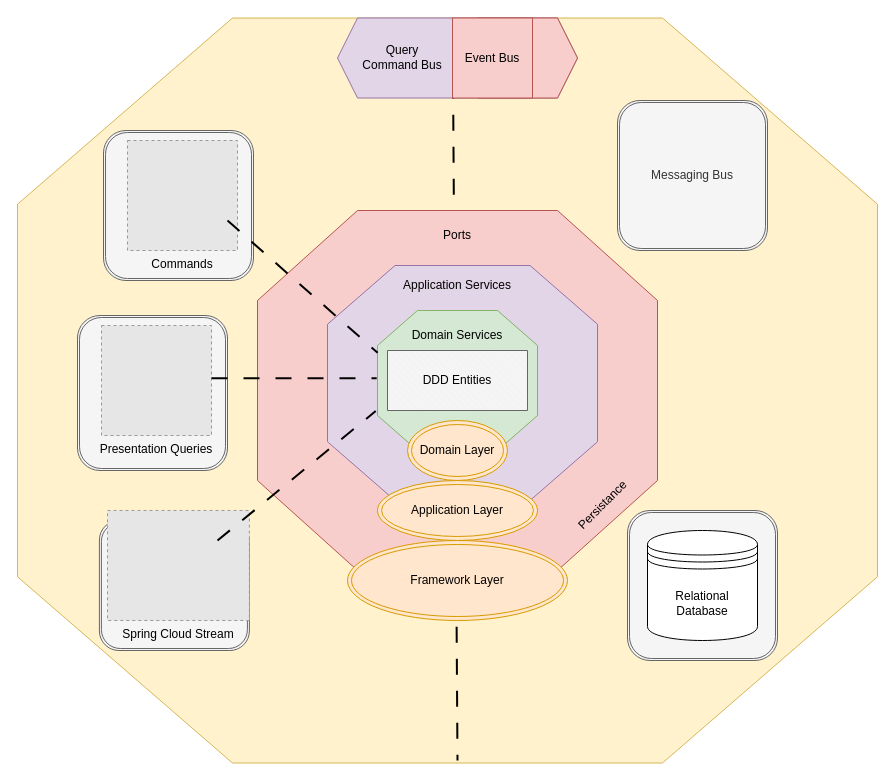
Above: page "Backend-Archticture" (2 of 3) of docs/System-Architecture.drawio in jasonhall0081/company-management (draw.io), before the change. Source tidied: cells renumbered, new cells numbered last; positions are measured from the earlier drawing's top-left corner, leaving out a move shared by most shapes. Both pictures are drawn from the tidied source at 100%, with x=0, y=0 at pixel (17, 18). Pictures stored in the file or linked from it are replaced by grey dashed boxes.
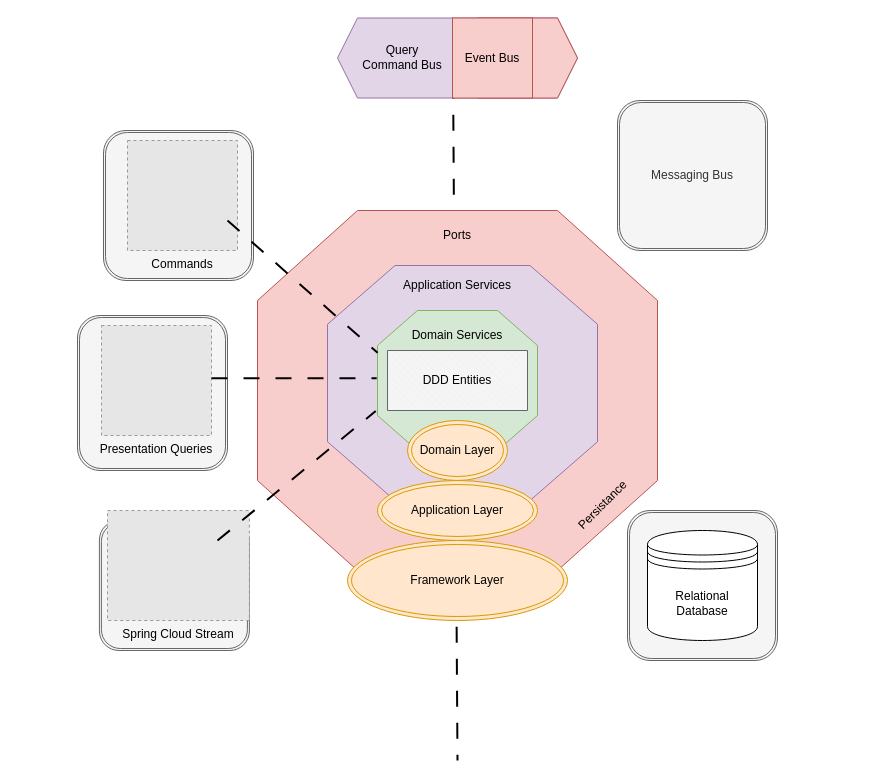
The same diagram, later.

Change to the diagram source:
```diff
@@
-    <mxCell id="2" style="verticalLabelPosition=bottom;verticalAlign=top;html=1;shape=mxgraph.basic.polygon;polyCoords=[[0.25,0],[0.75,0],[1,0.25],[1,0.75],[0.75,1],[0.25,1],[0,0.75],[0,0.25]];polyline=0;fillColor=#fff2cc;strokeColor=#d6b656;" parent="1" vertex="1">
-      <mxGeometry y="-0.5" width="860" height="745" as="geometry" />
-    </mxCell>
@@
-    <mxCell id="9" style="endArrow=none;html=1;rounded=0;strokeColor=#000000;strokeWidth=2;fontColor=#000000;dashed=1;dashPattern=8 8;exitX=0.506;exitY=0.001;exitDx=0;exitDy=0;exitPerimeter=0;" parent="1" edge="1" source="2">
+    <mxCell id="9" style="endArrow=none;html=1;rounded=0;strokeColor=#000000;strokeWidth=2;fontColor=#000000;dashed=1;dashPattern=8 8;exitX=0.506;exitY=0.001;exitDx=0;exitDy=0;exitPerimeter=0;" parent="1" edge="1">
       <mxGeometry relative="1" as="geometry">
+        <mxPoint x="435.2" y="0.2" as="sourcePoint" />
         <mxPoint x="440" y="742" as="targetPoint" />
       </mxGeometry>
     </mxCell>
```
